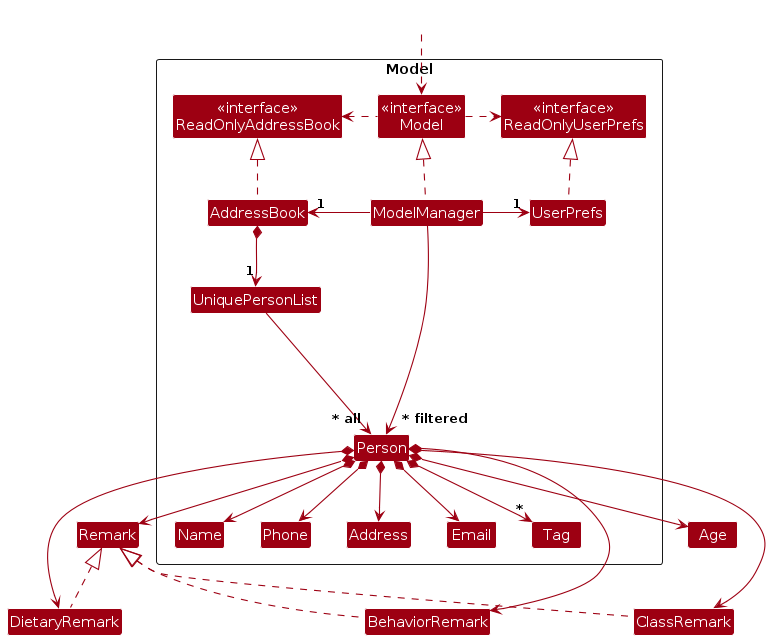
jarrensan/tp keeps this PlantUML diagram as diagrams/ModelClassDiagram.png. Above is the earlier version. Its source is kept beside it as diagrams/ModelClassDiagram.puml.
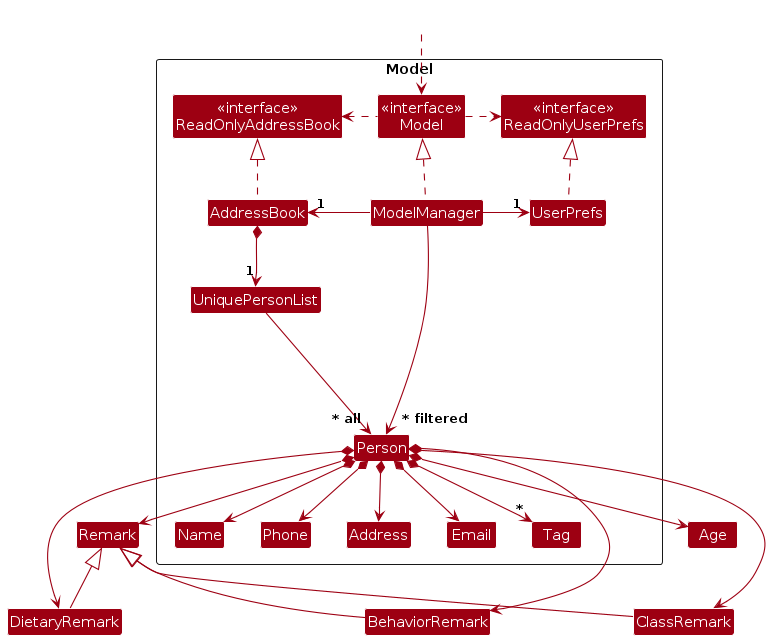
The same file after the commit.

Diff of the diagram source:
```diff
@@ -44,11 +44,11 @@
 Person *--> Age
 Person *--> Remark
 Person *--> DietaryRemark
-DietaryRemark .up.|> Remark
+DietaryRemark -up-|> Remark
 Person *--> ClassRemark
-ClassRemark .up.|> Remark
+ClassRemark -up-|> Remark
 Person *--> BehaviorRemark
-BehaviorRemark .up.|> Remark
+BehaviorRemark -up-|> Remark
 Person *--> "*" Tag
 
 Person -[hidden]up--> I
```
